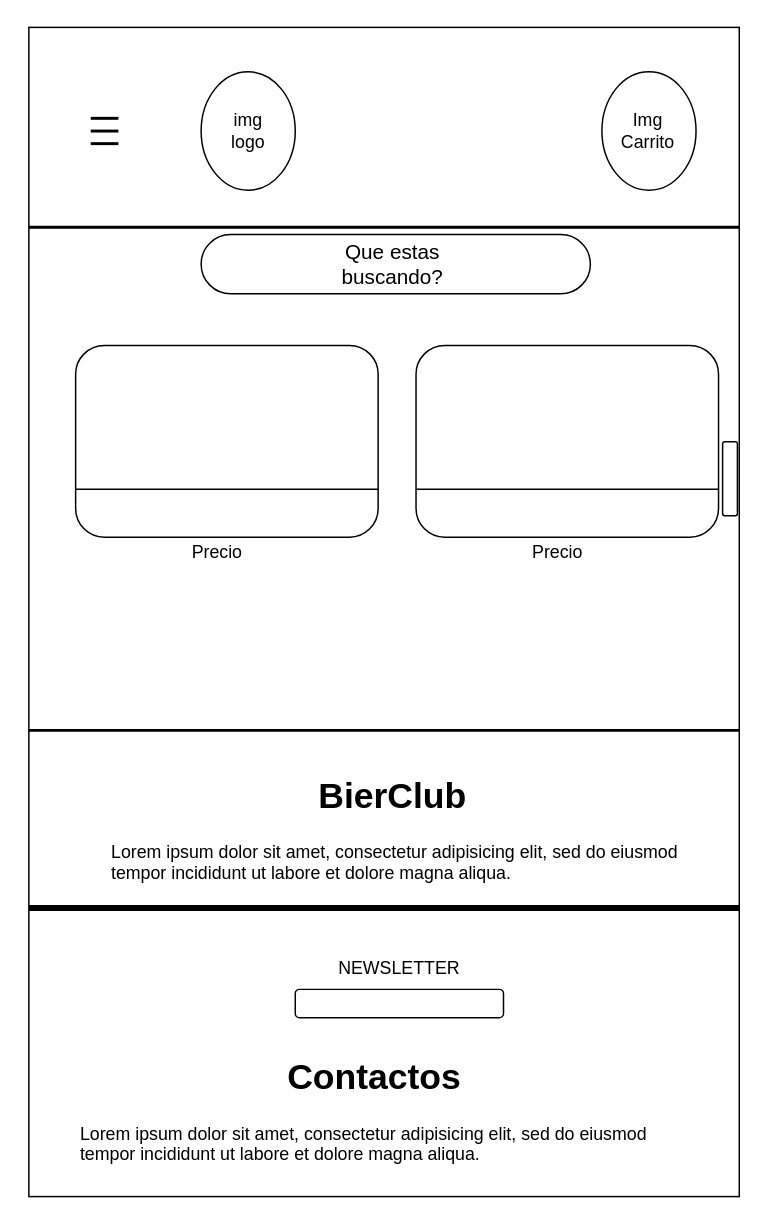
This is page "Page-2" (2 of 3) of Bocetos/Bocetos-de-Home/Home-480.drawio from Evaristodantur/BierClub, a draw.io file, before an edit. Source tidied: cells renumbered, new cells numbered last; positions are measured from the earlier drawing's top-left corner, leaving out a move shared by most shapes. Both pictures are drawn from the tidied source at 148%, with x=0, y=0 at pixel (28, 27). Pictures stored in the file or linked from it are replaced by grey dashed boxes.
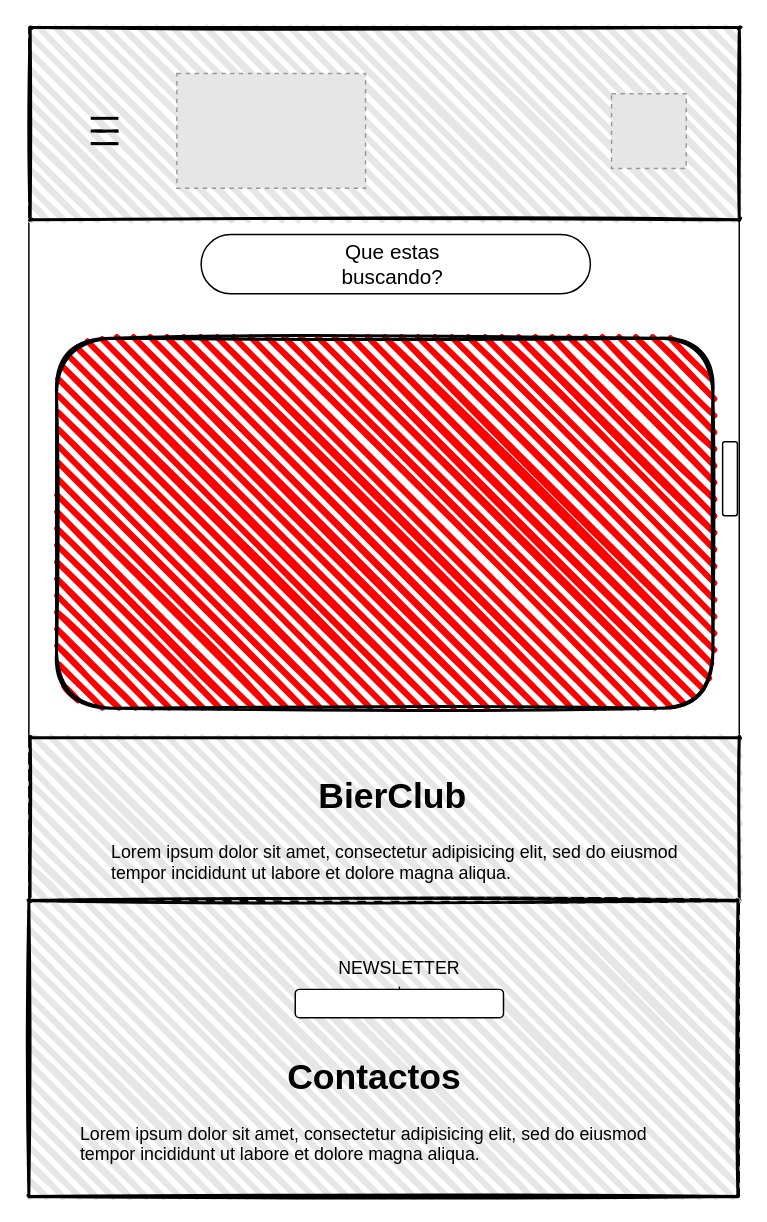
The same diagram, later.

The change refers to these unchanged cells:
```xml
<mxCell id="14" value="NEWSLETTER" style="text;html=1;strokeColor=none;fillColor=none;align=center;verticalAlign=middle;whiteSpace=wrap;rounded=0;" parent="1" vertex="1">
  <mxGeometry x="241.8" y="630" width="17.1" height="12.7" as="geometry" />
</mxCell>
<mxCell id="16" style="rounded=1;whiteSpace=wrap;html=1;" parent="1" vertex="1">
  <mxGeometry x="180" y="650" width="140.7" height="19.1" as="geometry" />
</mxCell>
```

Diff of the diagram source:
```diff
@@
-    <mxCell id="3" style="ellipse;whiteSpace=wrap;html=1;" parent="1" vertex="1">
-      <mxGeometry x="116.4" y="30" width="63.6" height="80" as="geometry" />
-    </mxCell>
-    <mxCell id="4" value="img logo" style="text;html=1;strokeColor=none;fillColor=none;align=center;verticalAlign=middle;whiteSpace=wrap;rounded=0;" parent="1" vertex="1">
-      <mxGeometry x="137.6" y="60" width="21.2" height="20" as="geometry" />
-    </mxCell>
@@
-    <mxCell id="7" style="line;strokeWidth=2;html=1;" parent="1" vertex="1">
-      <mxGeometry x="41.8" y="60" width="18.7" height="2.9" as="geometry" />
-    </mxCell>
-    <mxCell id="8" style="ellipse;whiteSpace=wrap;html=1;" parent="1" vertex="1">
-      <mxGeometry x="387.2" y="30" width="63.6" height="80" as="geometry" />
-    </mxCell>
@@
-    <mxCell id="10" style="line;strokeWidth=2;html=1;" parent="1" vertex="1">
-      <mxGeometry y="130" width="480" height="10" as="geometry" />
-    </mxCell>
@@
-    <mxCell id="13" style="line;strokeWidth=2;html=1;" parent="1" vertex="1">
-      <mxGeometry y="470" width="480" height="10" as="geometry" />
-    </mxCell>
+    <mxCell id="28" style="edgeStyle=orthogonalEdgeStyle;rounded=0;jettySize=auto;html=1;" parent="1" edge="1" source="14" target="16">
+      <mxGeometry relative="1" as="geometry" />
+    </mxCell>
+    <mxCell id="18" style="rounded=1;whiteSpace=wrap;html=1;fontSize=14;rotation=90;" parent="1" vertex="1">
+      <mxGeometry x="448.8" y="300" width="49.9" height="10" as="geometry" />
+    </mxCell>
+    <mxCell id="29" style="rounded=1;whiteSpace=wrap;html=1;strokeWidth=2;fillWeight=4;hachureGap=8;hachureAngle=45;sketch=1;labelBackgroundColor=#ffffff;arcSize=0;fontColor=#FFFF33;fillColor=#E6E6E6;" parent="1" vertex="1">
+      <mxGeometry x="0.9" width="479.1" height="130" as="geometry" />
+    </mxCell>
+    <mxCell id="7" style="line;strokeWidth=2;html=1;" parent="1" vertex="1">
+      <mxGeometry x="41.8" y="60" width="18.7" height="2.9" as="geometry" />
+    </mxCell>
+    <mxCell id="30" style="fillColor=#E6E6E6;strokeColor=#999999;dashed=1;verticalLabelPosition=bottom;labelBackgroundColor=#ffffff;verticalAlign=top;" parent="1" vertex="1">
+      <mxGeometry x="100" y="31.2" width="127.5" height="77.5" as="geometry" />
+    </mxCell>
+    <mxCell id="31" style="line;strokeWidth=2;html=1;" parent="1" vertex="1">
+      <mxGeometry x="41.8" y="68.6" width="18.7" height="2.9" as="geometry" />
+    </mxCell>
+    <mxCell id="32" style="line;strokeWidth=2;html=1;" parent="1" vertex="1">
+      <mxGeometry x="41.8" y="77.1" width="18.7" height="2.9" as="geometry" />
+    </mxCell>
+    <mxCell id="33" style="fillColor=#E6E6E6;strokeColor=#999999;dashed=1;verticalLabelPosition=bottom;labelBackgroundColor=#ffffff;verticalAlign=top;" parent="1" vertex="1">
+      <mxGeometry x="393.7" y="44.8" width="50.5" height="50.5" as="geometry" />
+    </mxCell>
+    <mxCell id="34" style="rounded=1;whiteSpace=wrap;html=1;strokeWidth=2;fillWeight=4;hachureGap=8;hachureAngle=45;sketch=1;labelBackgroundColor=#ffffff;fillColor=#FF0000;" parent="1" vertex="1">
+      <mxGeometry x="18.7" y="210" width="443.5" height="250" as="geometry" />
+    </mxCell>
+    <mxCell id="35" style="rounded=1;whiteSpace=wrap;html=1;strokeWidth=2;fillWeight=4;hachureGap=8;hachureAngle=45;sketch=1;labelBackgroundColor=#ffffff;arcSize=0;fontColor=#FFFF33;fillColor=#E6E6E6;" parent="1" vertex="1">
+      <mxGeometry x="0.9" y="480" width="479.1" height="110" as="geometry" />
+    </mxCell>
+    <mxCell id="15" value="&lt;h1&gt;&amp;nbsp; &amp;nbsp; &amp;nbsp; &amp;nbsp; &amp;nbsp; &amp;nbsp; &amp;nbsp; &amp;nbsp; &amp;nbsp; &amp;nbsp; &amp;nbsp;BierClub&lt;/h1&gt;&lt;p&gt;Lorem ipsum dolor sit amet, consectetur adipisicing elit, sed do eiusmod tempor incididunt ut labore et dolore magna aliqua.&lt;/p&gt;" style="text;html=1;strokeColor=none;fillColor=none;spacing=5;spacingTop=-20;whiteSpace=wrap;overflow=hidden;rounded=0;" parent="1" vertex="1">
+      <mxGeometry x="51.3" y="500" width="398.2" height="90" as="geometry" />
+    </mxCell>
+    <mxCell id="36" style="rounded=1;whiteSpace=wrap;html=1;strokeWidth=2;fillWeight=4;hachureGap=8;hachureAngle=45;sketch=1;labelBackgroundColor=#ffffff;arcSize=0;fontColor=#FFFF33;fillColor=#E6E6E6;" parent="1" vertex="1">
+      <mxGeometry y="590" width="479.1" height="200" as="geometry" />
+    </mxCell>
@@
-    <mxCell id="15" value="&lt;h1&gt;&amp;nbsp; &amp;nbsp; &amp;nbsp; &amp;nbsp; &amp;nbsp; &amp;nbsp; &amp;nbsp; &amp;nbsp; &amp;nbsp; &amp;nbsp; &amp;nbsp;BierClub&lt;/h1&gt;&lt;p&gt;Lorem ipsum dolor sit amet, consectetur adipisicing elit, sed do eiusmod tempor incididunt ut labore et dolore magna aliqua.&lt;/p&gt;" style="text;html=1;strokeColor=none;fillColor=none;spacing=5;spacingTop=-20;whiteSpace=wrap;overflow=hidden;rounded=0;" parent="1" vertex="1">
-      <mxGeometry x="51.3" y="500" width="398.2" height="90" as="geometry" />
-    </mxCell>
@@
-    <mxCell id="18" style="rounded=1;whiteSpace=wrap;html=1;fontSize=14;rotation=90;" parent="1" vertex="1">
-      <mxGeometry x="448.8" y="300" width="49.9" height="10" as="geometry" />
-    </mxCell>
-    <mxCell id="19" style="group;" parent="1" vertex="1">
-      <mxGeometry x="290" y="190" width="147.7" height="179.4" as="geometry" />
-    </mxCell>
-    <mxCell id="20" style="rounded=1;whiteSpace=wrap;html=1;rotation=90;" parent="19" vertex="1">
-      <mxGeometry x="9" y="-12.5" width="129.6" height="204.4" as="geometry" />
-    </mxCell>
-    <mxCell id="21" style="endArrow=none;html=1;entryX=0.75;entryY=0;entryDx=0;entryDy=0;exitX=0.75;exitY=1;exitDx=0;exitDy=0;" parent="19" edge="1" source="20" target="20">
-      <mxGeometry relative="1" as="geometry" />
-    </mxCell>
-    <mxCell id="22" value="Precio" style="text;html=1;strokeColor=none;fillColor=none;align=center;verticalAlign=middle;whiteSpace=wrap;rounded=0;" parent="19" vertex="1">
-      <mxGeometry x="52.6" y="152.8" width="29" height="23.6" as="geometry" />
-    </mxCell>
-    <mxCell id="23" style="group;" parent="1" vertex="1">
-      <mxGeometry x="60" y="190" width="147.7" height="179.4" as="geometry" />
-    </mxCell>
-    <mxCell id="24" style="rounded=1;whiteSpace=wrap;html=1;rotation=90;" parent="23" vertex="1">
-      <mxGeometry x="9" y="-12.5" width="129.6" height="204.4" as="geometry" />
-    </mxCell>
-    <mxCell id="25" style="endArrow=none;html=1;entryX=0.75;entryY=0;entryDx=0;entryDy=0;exitX=0.75;exitY=1;exitDx=0;exitDy=0;" parent="23" edge="1" source="24" target="24">
-      <mxGeometry relative="1" as="geometry" />
-    </mxCell>
-    <mxCell id="26" value="Precio" style="text;html=1;strokeColor=none;fillColor=none;align=center;verticalAlign=middle;whiteSpace=wrap;rounded=0;" parent="23" vertex="1">
-      <mxGeometry x="52.6" y="152.8" width="29" height="23.6" as="geometry" />
-    </mxCell>
-    <mxCell id="27" style="line;strokeWidth=4;html=1;perimeter=backbonePerimeter;" parent="1" vertex="1">
-      <mxGeometry y="590" width="480" height="10" as="geometry" />
-    </mxCell>
```
